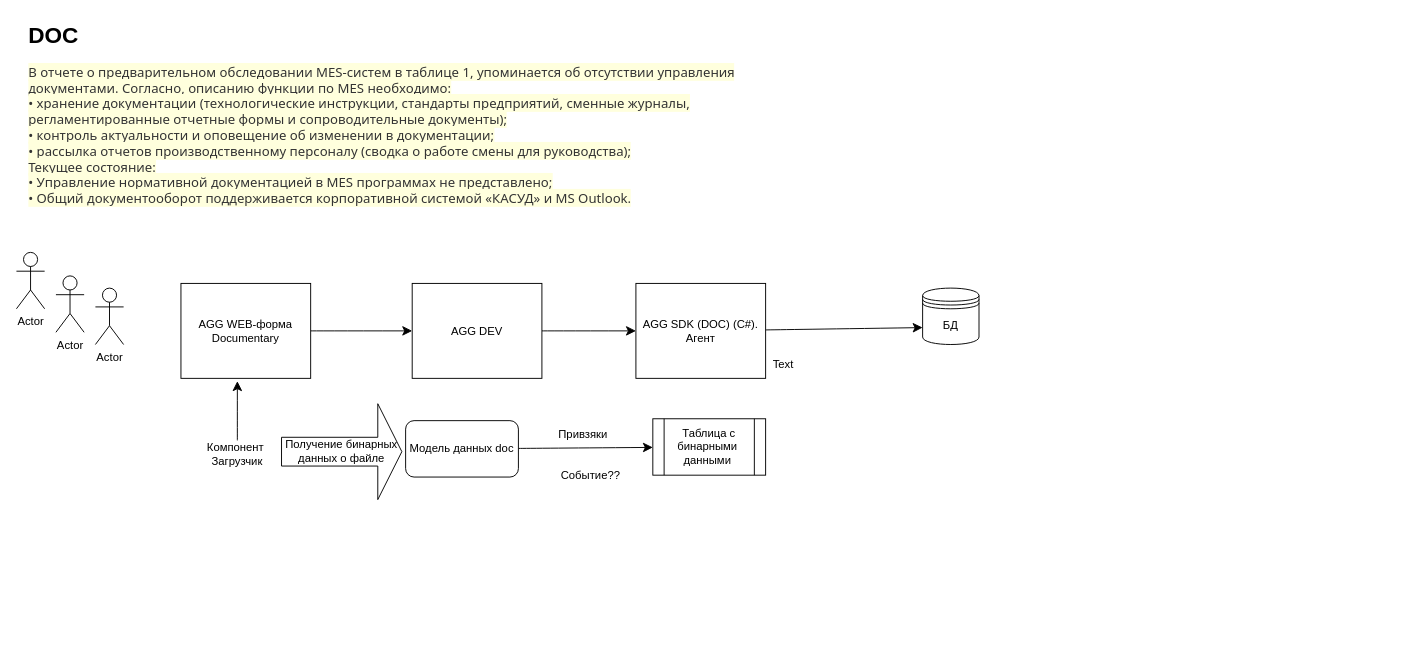
The draw.io diagram Algoritm/DOC.drawio in IlinArtem78/module12, before the edit. Source tidied: cells renumbered, new cells numbered last; positions are measured from the earlier drawing's top-left corner, leaving out a move shared by most shapes. Both pictures are drawn from the tidied source at 94%, with x=0, y=0 at pixel (16, 16).
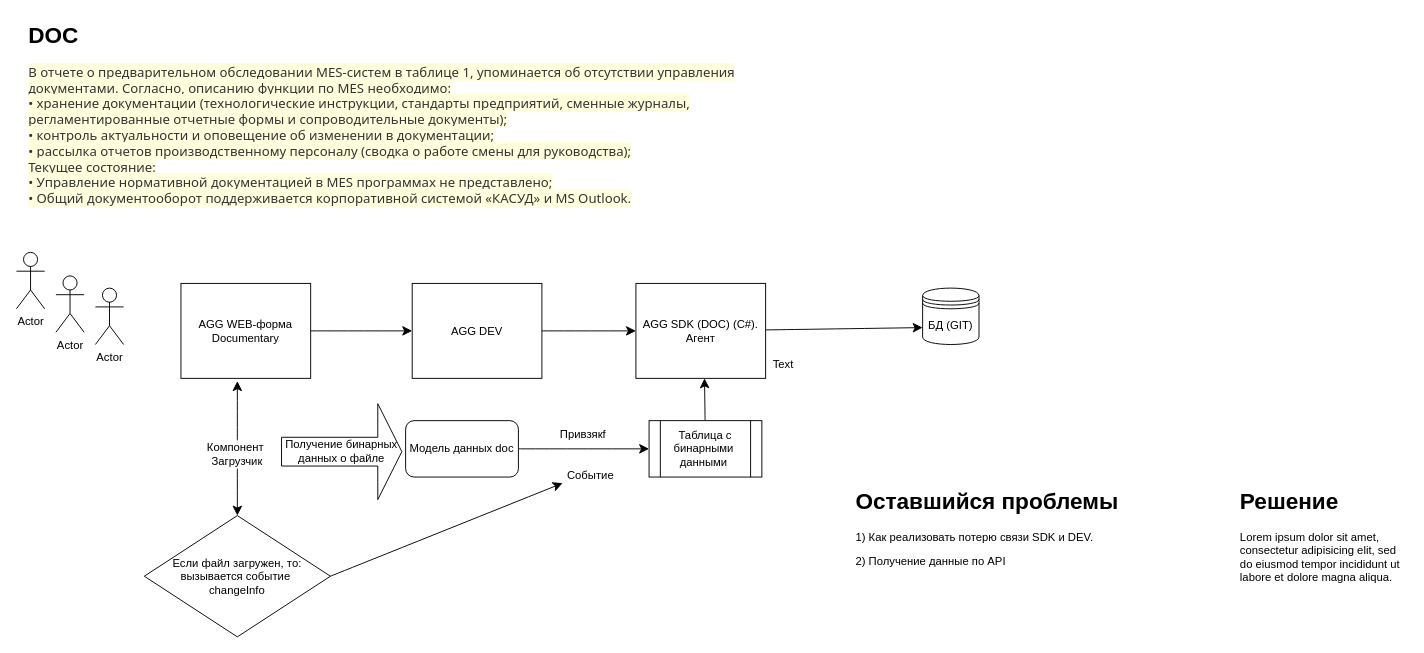
After the change.

Unchanged cells that the change refers to:
```xml
<mxCell id="12" value="Компонент&amp;nbsp; Загрузчик" style="text;html=1;align=center;verticalAlign=middle;whiteSpace=wrap;rounded=0;" parent="1" vertex="1">
  <mxGeometry x="205" y="451" width="60" height="30" as="geometry" />
</mxCell>
```

Change to the diagram source:
```diff
@@
-    <mxCell id="3" value="БД" style="shape=datastore;whiteSpace=wrap;html=1;" parent="1" vertex="1">
+    <mxCell id="3" value="БД (GIT)" style="shape=datastore;whiteSpace=wrap;html=1;" parent="1" vertex="1">
       <mxGeometry x="964" y="289" width="60" height="60" as="geometry" />
     </mxCell>
@@
+    <mxCell id="22" style="edgeStyle=none;curved=1;rounded=0;jettySize=auto;html=1;entryX=0.5;entryY=0;entryDx=0;entryDy=0;fontSize=12;startSize=8;endSize=8;" parent="1" edge="1" source="12" target="28">
+      <mxGeometry relative="1" as="geometry" />
+    </mxCell>
@@
-    <mxCell id="16" value="Привзяки" style="text;html=1;align=center;verticalAlign=middle;whiteSpace=wrap;rounded=0;" parent="1" vertex="1">
+    <mxCell id="16" value="Привзякf" style="text;html=1;align=center;verticalAlign=middle;whiteSpace=wrap;rounded=0;" parent="1" vertex="1">
       <mxGeometry x="573" y="430" width="60" height="30" as="geometry" />
     </mxCell>
+    <mxCell id="23" style="edgeStyle=none;curved=1;rounded=0;jettySize=auto;html=1;fontSize=12;startSize=8;endSize=8;" parent="1" edge="1" source="17">
+      <mxGeometry relative="1" as="geometry">
+        <mxPoint x="732" y="385" as="targetPoint" />
+      </mxGeometry>
+    </mxCell>
     <mxCell id="17" value="Таблица с бинарными&amp;nbsp; данными&amp;nbsp;" style="shape=process;whiteSpace=wrap;html=1;backgroundOutline=1;" parent="1" vertex="1">
-      <mxGeometry x="677" y="428" width="120" height="60" as="geometry" />
+      <mxGeometry x="673" y="430" width="120" height="60" as="geometry" />
     </mxCell>
-    <mxCell id="18" value="Событие??" style="text;html=1;align=center;verticalAlign=middle;whiteSpace=wrap;rounded=0;" parent="1" vertex="1">
+    <mxCell id="18" value="Событие" style="text;html=1;align=center;verticalAlign=middle;whiteSpace=wrap;rounded=0;" parent="1" vertex="1">
       <mxGeometry x="581" y="474" width="60" height="30" as="geometry" />
     </mxCell>
@@
+    <mxCell id="24" style="edgeStyle=none;curved=1;rounded=0;orthogonalLoop=1;jettySize=auto;html=1;exitX=1;exitY=0.25;exitDx=0;exitDy=0;fontSize=12;startSize=8;endSize=8;" parent="1" edge="1">
+      <mxGeometry relative="1" as="geometry">
+        <mxPoint x="323" y="623.5" as="sourcePoint" />
+        <mxPoint x="323" y="623.5" as="targetPoint" />
+      </mxGeometry>
+    </mxCell>
+    <mxCell id="25" style="edgeStyle=none;curved=1;rounded=0;orthogonalLoop=1;jettySize=auto;html=1;exitX=1;exitY=1;exitDx=0;exitDy=0;fontSize=12;startSize=8;endSize=8;" parent="1" edge="1">
+      <mxGeometry relative="1" as="geometry">
+        <mxPoint x="323" y="646" as="sourcePoint" />
+        <mxPoint x="323" y="646" as="targetPoint" />
+      </mxGeometry>
+    </mxCell>
+    <mxCell id="26" style="edgeStyle=none;curved=1;rounded=0;orthogonalLoop=1;jettySize=auto;html=1;exitX=1;exitY=0.25;exitDx=0;exitDy=0;fontSize=12;startSize=8;endSize=8;" parent="1" edge="1">
+      <mxGeometry relative="1" as="geometry">
+        <mxPoint x="323" y="623.5" as="sourcePoint" />
+        <mxPoint x="323" y="623.5" as="targetPoint" />
+      </mxGeometry>
+    </mxCell>
+    <mxCell id="27" style="edgeStyle=none;curved=1;rounded=0;jettySize=auto;html=1;exitX=1;exitY=0.5;exitDx=0;exitDy=0;entryX=0;entryY=0.75;entryDx=0;entryDy=0;fontSize=12;startSize=8;endSize=8;" parent="1" edge="1" source="28" target="18">
+      <mxGeometry relative="1" as="geometry" />
+    </mxCell>
+    <mxCell id="28" value="Если файл загружен, то: вызывается событие&amp;nbsp;&lt;div&gt;changeInfo&lt;/div&gt;" style="rhombus;whiteSpace=wrap;html=1;" parent="1" vertex="1">
+      <mxGeometry x="136" y="531" width="198" height="129" as="geometry" />
+    </mxCell>
+    <mxCell id="29" value="&lt;h1 style=&quot;margin-top: 0px;&quot;&gt;Оставшийся проблемы&lt;/h1&gt;&lt;p&gt;1) Как реализовать потерю связи SDK и DEV.&amp;nbsp;&lt;/p&gt;&lt;p&gt;2) Получение данные по API&amp;nbsp;&lt;/p&gt;" style="text;html=1;whiteSpace=wrap;overflow=hidden;rounded=0;" parent="1" vertex="1">
+      <mxGeometry x="891" y="495" width="311" height="120" as="geometry" />
+    </mxCell>
+    <mxCell id="30" value="&lt;h1 style=&quot;margin-top: 0px;&quot;&gt;Решение&lt;/h1&gt;&lt;p&gt;Lorem ipsum dolor sit amet, consectetur adipisicing elit, sed do eiusmod tempor incididunt ut labore et dolore magna aliqua.&lt;/p&gt;" style="text;html=1;whiteSpace=wrap;overflow=hidden;rounded=0;" parent="1" vertex="1">
+      <mxGeometry x="1300" y="495" width="180" height="120" as="geometry" />
+    </mxCell>
```
